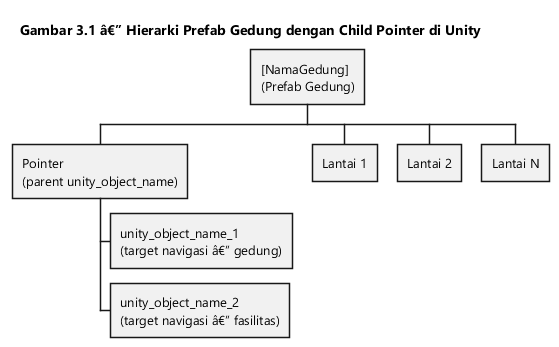
Earlier version of the PlantUML export diagrams/gambar-3-1-hierarki-prefab-unity.png (Jokskuyy/workflow-ta-proyek). Source of this version:
```plantuml
@startwbs gambar-3-1-hierarki-prefab-unity

skinparam backgroundColor #FFFFFF
skinparam shadowing false
skinparam defaultFontName "Segoe UI"
skinparam defaultFontSize 13
skinparam wbsDiagram {
  BackgroundColor #F2F2F2
  BorderColor #555555
  ArrowColor #444444
}

title Gambar 3.1 â€” Hierarki Prefab Gedung dengan Child Pointer di Unity

* [NamaGedung]\n(Prefab Gedung)
** Pointer\n(parent unity_object_name)
*** unity_object_name_1\n(target navigasi â€” gedung)
*** unity_object_name_2\n(target navigasi â€” fasilitas)
** Lantai 1
** Lantai 2
** Lantai N

@endwbs
```
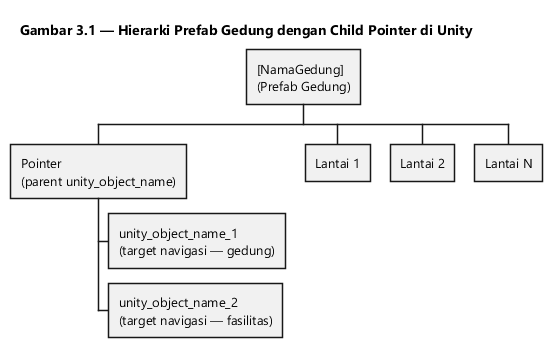
After the change.

Change to the diagram source:
```diff
@@ -10,12 +10,12 @@
   ArrowColor #444444
 }
 
-title Gambar 3.1 â€” Hierarki Prefab Gedung dengan Child Pointer di Unity
+title Gambar 3.1 — Hierarki Prefab Gedung dengan Child Pointer di Unity
 
 * [NamaGedung]\n(Prefab Gedung)
 ** Pointer\n(parent unity_object_name)
-*** unity_object_name_1\n(target navigasi â€” gedung)
-*** unity_object_name_2\n(target navigasi â€” fasilitas)
+*** unity_object_name_1\n(target navigasi — gedung)
+*** unity_object_name_2\n(target navigasi — fasilitas)
 ** Lantai 1
 ** Lantai 2
 ** Lantai N
```
